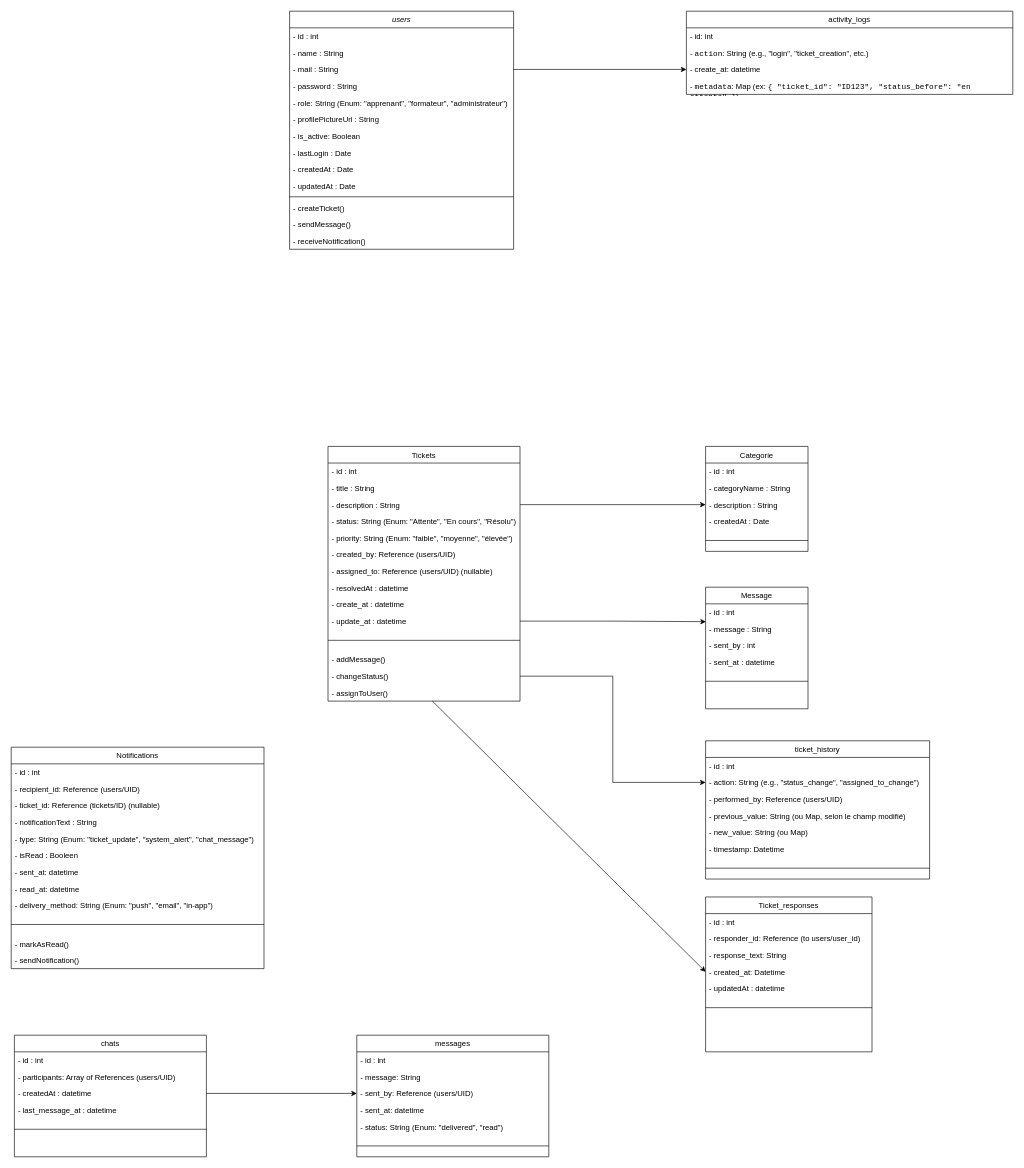
This is page "Classe" (5 of 5) of learnandconnect.drawio from reyptz/learnandconnectUML, a draw.io file, before an edit. Source tidied: cells renumbered, new cells numbered last; positions are measured from the earlier drawing's top-left corner, leaving out a move shared by most shapes. Both pictures are drawn from the tidied source at 64%, with x=0, y=0 at pixel (11, 11).
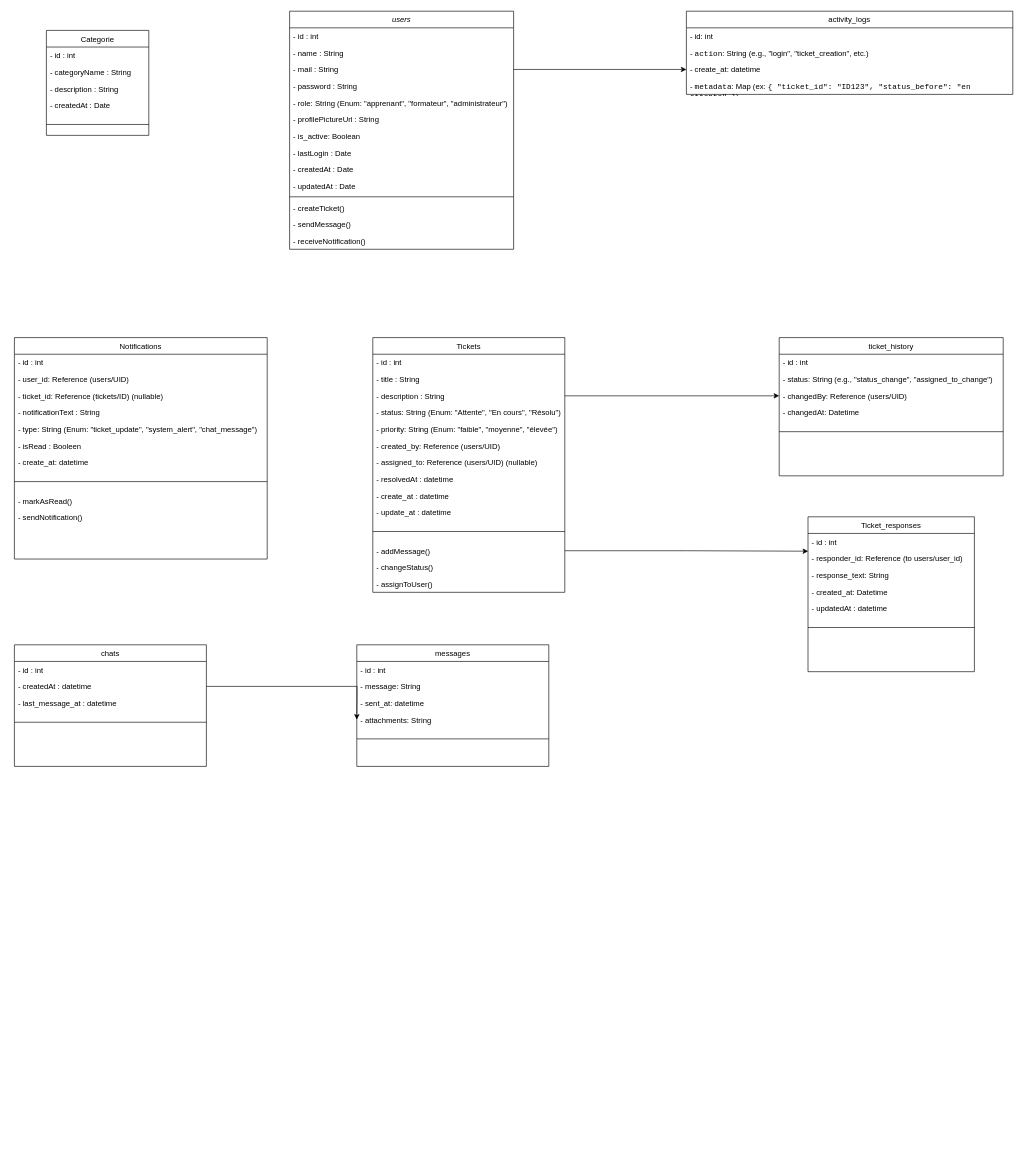
The same page after the edit.

The change refers to these unchanged cells:
```xml
<mxCell id="20" value="- description : String" style="text;align=left;verticalAlign=top;spacingLeft=4;spacingRight=4;overflow=hidden;points=[[0,0.5],[1,0.5]];portConstraint=eastwest;rounded=0;shadow=0;html=0;" parent="17" vertex="1">
  <mxGeometry y="78" width="300" height="26" as="geometry" />
</mxCell>
<mxCell id="27" value="- update_at : datetime" style="text;align=left;verticalAlign=top;spacingLeft=4;spacingRight=4;overflow=hidden;points=[[0,0.5],[1,0.5]];portConstraint=eastwest;rounded=0;shadow=0;html=0;" parent="17" vertex="1">
  <mxGeometry y="260" width="300" height="26" as="geometry" />
</mxCell>
<mxCell id="29" value="- addMessage()" style="text;align=left;verticalAlign=top;spacingLeft=4;spacingRight=4;overflow=hidden;points=[[0,0.5],[1,0.5]];portConstraint=eastwest;rounded=0;shadow=0;html=0;" parent="17" vertex="1">
  <mxGeometry y="320" width="300" height="26" as="geometry" />
</mxCell>
<mxCell id="30" value="- changeStatus()" style="text;align=left;verticalAlign=top;spacingLeft=4;spacingRight=4;overflow=hidden;points=[[0,0.5],[1,0.5]];portConstraint=eastwest;rounded=0;shadow=0;html=0;" parent="17" vertex="1">
  <mxGeometry y="346" width="300" height="26" as="geometry" />
</mxCell>
<mxCell id="31" value="- assignToUser()" style="text;align=left;verticalAlign=top;spacingLeft=4;spacingRight=4;overflow=hidden;points=[[0,0.5],[1,0.5]];portConstraint=eastwest;rounded=0;shadow=0;html=0;" parent="17" vertex="1">
  <mxGeometry y="372" width="300" height="26" as="geometry" />
</mxCell>
<mxCell id="35" value="- description : String" style="text;align=left;verticalAlign=top;spacingLeft=4;spacingRight=4;overflow=hidden;points=[[0,0.5],[1,0.5]];portConstraint=eastwest;rounded=0;shadow=0;html=0;" parent="32" vertex="1">
  <mxGeometry y="78" width="160" height="26" as="geometry" />
</mxCell>
<mxCell id="89" value="- responder_id: Reference (to users/user_id)" style="text;align=left;verticalAlign=top;spacingLeft=4;spacingRight=4;overflow=hidden;points=[[0,0.5],[1,0.5]];portConstraint=eastwest;rounded=0;shadow=0;html=0;" parent="87" vertex="1">
  <mxGeometry y="52" width="260" height="26" as="geometry" />
</mxCell>
```

The edit, as a diff of the source:
```diff
@@
     <mxCell id="17" value="Tickets" style="swimlane;fontStyle=0;align=center;verticalAlign=top;horizontal=1;startSize=26;rounded=0;shadow=0;strokeWidth=1;" parent="1" vertex="1">
-      <mxGeometry x="495" y="680" width="300" height="398" as="geometry" />
+      <mxGeometry x="565" y="510" width="300" height="398" as="geometry" />
     </mxCell>
@@
     <mxCell id="32" value="Categorie" style="swimlane;fontStyle=0;align=center;verticalAlign=top;horizontal=1;startSize=26;rounded=0;shadow=0;strokeWidth=1;" parent="1" vertex="1">
-      <mxGeometry x="1085" y="680" width="160" height="164" as="geometry" />
+      <mxGeometry x="55" y="30" width="160" height="164" as="geometry" />
     </mxCell>
@@
     <mxCell id="38" value="ticket_history" style="swimlane;fontStyle=0;align=center;verticalAlign=top;horizontal=1;startSize=26;rounded=0;shadow=0;strokeWidth=1;" parent="1" vertex="1">
-      <mxGeometry x="1085" y="1140" width="350" height="216" as="geometry" />
+      <mxGeometry x="1200" y="510" width="350" height="216" as="geometry" />
     </mxCell>
@@
-    <mxCell id="40" value="- action: String (e.g., &quot;status_change&quot;, &quot;assigned_to_change&quot;)" style="text;align=left;verticalAlign=top;spacingLeft=4;spacingRight=4;overflow=hidden;points=[[0,0.5],[1,0.5]];portConstraint=eastwest;rounded=0;shadow=0;html=0;" parent="38" vertex="1">
+    <mxCell id="40" value="- status: String (e.g., &quot;status_change&quot;, &quot;assigned_to_change&quot;)" style="text;align=left;verticalAlign=top;spacingLeft=4;spacingRight=4;overflow=hidden;points=[[0,0.5],[1,0.5]];portConstraint=eastwest;rounded=0;shadow=0;html=0;" parent="38" vertex="1">
       <mxGeometry y="52" width="350" height="26" as="geometry" />
     </mxCell>
-    <mxCell id="41" value="- performed_by: Reference (users/UID)" style="text;align=left;verticalAlign=top;spacingLeft=4;spacingRight=4;overflow=hidden;points=[[0,0.5],[1,0.5]];portConstraint=eastwest;rounded=0;shadow=0;html=0;" parent="38" vertex="1">
+    <mxCell id="41" value="- changedBy: Reference (users/UID)" style="text;align=left;verticalAlign=top;spacingLeft=4;spacingRight=4;overflow=hidden;points=[[0,0.5],[1,0.5]];portConstraint=eastwest;rounded=0;shadow=0;html=0;" parent="38" vertex="1">
       <mxGeometry y="78" width="350" height="26" as="geometry" />
     </mxCell>
-    <mxCell id="42" value="- previous_value: String (ou Map, selon le champ modifié)" style="text;align=left;verticalAlign=top;spacingLeft=4;spacingRight=4;overflow=hidden;rounded=0;shadow=0;html=0;" parent="38" vertex="1">
-      <mxGeometry y="104" width="350" height="26" as="geometry" />
-    </mxCell>
-    <mxCell id="43" value="- new_value: String (ou Map)" style="text;align=left;verticalAlign=top;spacingLeft=4;spacingRight=4;overflow=hidden;rounded=0;shadow=0;html=0;" parent="38" vertex="1">
-      <mxGeometry y="130" width="350" height="26" as="geometry" />
-    </mxCell>
-    <mxCell id="44" value="- timestamp: Datetime" style="text;align=left;verticalAlign=top;spacingLeft=4;spacingRight=4;overflow=hidden;rounded=0;shadow=0;html=0;" parent="38" vertex="1">
-      <mxGeometry y="156" width="350" height="26" as="geometry" />
+    <mxCell id="44" value="- changedAt: Datetime" style="text;align=left;verticalAlign=top;spacingLeft=4;spacingRight=4;overflow=hidden;rounded=0;shadow=0;html=0;" parent="38" vertex="1">
+      <mxGeometry y="104" width="350" height="26" as="geometry" />
     </mxCell>
     <mxCell id="45" style="line;html=1;strokeWidth=1;align=left;verticalAlign=middle;spacingTop=-1;spacingLeft=3;spacingRight=3;labelPosition=right;" parent="38" vertex="1">
-      <mxGeometry y="182" width="350" height="34" as="geometry" />
+      <mxGeometry y="130" width="350" height="34" as="geometry" />
     </mxCell>
     <mxCell id="46" value="Notifications" style="swimlane;fontStyle=0;align=center;verticalAlign=top;horizontal=1;startSize=26;rounded=0;shadow=0;strokeWidth=1;" parent="1" vertex="1">
-      <mxGeometry y="1150" width="395" height="346" as="geometry" />
+      <mxGeometry x="5" y="510" width="395" height="346" as="geometry" />
     </mxCell>
@@
-    <mxCell id="48" value="- recipient_id: Reference (users/UID)" style="text;align=left;verticalAlign=top;spacingLeft=4;spacingRight=4;overflow=hidden;rounded=0;shadow=0;html=0;" parent="46" vertex="1">
+    <mxCell id="48" value="- user_id: Reference (users/UID)" style="text;align=left;verticalAlign=top;spacingLeft=4;spacingRight=4;overflow=hidden;rounded=0;shadow=0;html=0;" parent="46" vertex="1">
       <mxGeometry y="52" width="395" height="26" as="geometry" />
     </mxCell>
@@
-    <mxCell id="53" value="- sent_at: datetime" style="text;align=left;verticalAlign=top;spacingLeft=4;spacingRight=4;overflow=hidden;rounded=0;shadow=0;html=0;" parent="46" vertex="1">
+    <mxCell id="53" value="- create_at: datetime" style="text;align=left;verticalAlign=top;spacingLeft=4;spacingRight=4;overflow=hidden;rounded=0;shadow=0;html=0;" parent="46" vertex="1">
       <mxGeometry y="182" width="395" height="26" as="geometry" />
     </mxCell>
-    <mxCell id="54" value="- read_at: datetime" style="text;align=left;verticalAlign=top;spacingLeft=4;spacingRight=4;overflow=hidden;rounded=0;shadow=0;html=0;" parent="46" vertex="1">
-      <mxGeometry y="208" width="395" height="26" as="geometry" />
-    </mxCell>
-    <mxCell id="55" value="- delivery_method: String (Enum: &quot;push&quot;, &quot;email&quot;, &quot;in-app&quot;)" style="text;align=left;verticalAlign=top;spacingLeft=4;spacingRight=4;overflow=hidden;rounded=0;shadow=0;html=0;" parent="46" vertex="1">
-      <mxGeometry y="234" width="395" height="26" as="geometry" />
-    </mxCell>
     <mxCell id="56" style="line;html=1;strokeWidth=1;align=left;verticalAlign=middle;spacingTop=-1;spacingLeft=3;spacingRight=3;labelPosition=right;" parent="46" vertex="1">
-      <mxGeometry y="260" width="395" height="34" as="geometry" />
+      <mxGeometry y="208" width="395" height="34" as="geometry" />
     </mxCell>
     <mxCell id="57" value="- markAsRead()" style="text;align=left;verticalAlign=top;spacingLeft=4;spacingRight=4;overflow=hidden;rounded=0;shadow=0;html=0;" parent="46" vertex="1">
-      <mxGeometry y="294" width="395" height="26" as="geometry" />
+      <mxGeometry y="242" width="395" height="26" as="geometry" />
     </mxCell>
     <mxCell id="58" value="- sendNotification()" style="text;align=left;verticalAlign=top;spacingLeft=4;spacingRight=4;overflow=hidden;rounded=0;shadow=0;html=0;" parent="46" vertex="1">
-      <mxGeometry y="320" width="395" height="26" as="geometry" />
+      <mxGeometry y="268" width="395" height="26" as="geometry" />
     </mxCell>
-    <mxCell id="59" value="Message" style="swimlane;fontStyle=0;align=center;verticalAlign=top;horizontal=1;startSize=26;rounded=0;shadow=0;strokeWidth=1;" parent="1" vertex="1">
-      <mxGeometry x="1085" y="900" width="160" height="190" as="geometry" />
-    </mxCell>
-    <mxCell id="60" value="- id : int" style="text;align=left;verticalAlign=top;spacingLeft=4;spacingRight=4;overflow=hidden;" parent="59" vertex="1">
-      <mxGeometry y="26" width="160" height="26" as="geometry" />
-    </mxCell>
-    <mxCell id="61" value="- message : String" style="text;align=left;verticalAlign=top;spacingLeft=4;spacingRight=4;overflow=hidden;points=[[0,0.5],[1,0.5]];portConstraint=eastwest;rounded=0;shadow=0;html=0;" parent="59" vertex="1">
-      <mxGeometry y="52" width="160" height="26" as="geometry" />
-    </mxCell>
-    <mxCell id="62" value="- sent_by : int" style="text;align=left;verticalAlign=top;spacingLeft=4;spacingRight=4;overflow=hidden;rounded=0;shadow=0;html=0;" parent="59" vertex="1">
-      <mxGeometry y="78" width="160" height="26" as="geometry" />
-    </mxCell>
-    <mxCell id="63" value="- sent_at : datetime" style="text;align=left;verticalAlign=top;spacingLeft=4;spacingRight=4;overflow=hidden;rounded=0;shadow=0;html=0;" parent="59" vertex="1">
-      <mxGeometry y="104" width="160" height="26" as="geometry" />
-    </mxCell>
-    <mxCell id="64" style="line;html=1;strokeWidth=1;align=left;verticalAlign=middle;spacingTop=-1;spacingLeft=3;spacingRight=3;labelPosition=right;" parent="59" vertex="1">
-      <mxGeometry y="130" width="160" height="34" as="geometry" />
-    </mxCell>
@@
-    <mxCell id="71" style="edgeStyle=orthogonalEdgeStyle;rounded=0;jettySize=auto;html=1;entryX=0;entryY=0.5;entryDx=0;entryDy=0;" parent="1" edge="1" source="20" target="35">
-      <mxGeometry relative="1" as="geometry" />
-    </mxCell>
-    <mxCell id="72" style="edgeStyle=orthogonalEdgeStyle;rounded=0;jettySize=auto;html=1;entryX=0.003;entryY=0.072;entryDx=0;entryDy=0;entryPerimeter=0;" parent="1" edge="1" source="27" target="61">
-      <mxGeometry relative="1" as="geometry" />
-    </mxCell>
-    <mxCell id="73" style="edgeStyle=orthogonalEdgeStyle;rounded=0;jettySize=auto;html=1;entryX=0;entryY=0.5;entryDx=0;entryDy=0;" parent="1" edge="1" source="30" target="40">
-      <mxGeometry relative="1" as="geometry" />
-    </mxCell>
     <mxCell id="74" value="chats" style="swimlane;fontStyle=0;align=center;verticalAlign=top;horizontal=1;startSize=26;rounded=0;shadow=0;strokeWidth=1;" parent="1" vertex="1">
-      <mxGeometry x="5" y="1600" width="300" height="190" as="geometry" />
+      <mxGeometry x="5" y="990" width="300" height="190" as="geometry" />
     </mxCell>
@@
-    <mxCell id="76" value="- participants: Array of References (users/UID)" style="text;align=left;verticalAlign=top;spacingLeft=4;spacingRight=4;overflow=hidden;rounded=0;shadow=0;html=0;" parent="74" vertex="1">
-      <mxGeometry y="52" width="300" height="26" as="geometry" />
-    </mxCell>
     <mxCell id="77" value="- createdAt : datetime" style="text;align=left;verticalAlign=top;spacingLeft=4;spacingRight=4;overflow=hidden;points=[[0,0.5],[1,0.5]];portConstraint=eastwest;rounded=0;shadow=0;html=0;" parent="74" vertex="1">
-      <mxGeometry y="78" width="300" height="26" as="geometry" />
+      <mxGeometry y="52" width="300" height="26" as="geometry" />
     </mxCell>
     <mxCell id="78" value="- last_message_at : datetime" style="text;align=left;verticalAlign=top;spacingLeft=4;spacingRight=4;overflow=hidden;rounded=0;shadow=0;html=0;" parent="74" vertex="1">
-      <mxGeometry y="104" width="300" height="26" as="geometry" />
+      <mxGeometry y="78" width="300" height="26" as="geometry" />
     </mxCell>
     <mxCell id="79" style="line;html=1;strokeWidth=1;align=left;verticalAlign=middle;spacingTop=-1;spacingLeft=3;spacingRight=3;labelPosition=right;" parent="74" vertex="1">
-      <mxGeometry y="130" width="300" height="34" as="geometry" />
+      <mxGeometry y="104" width="300" height="34" as="geometry" />
     </mxCell>
     <mxCell id="80" value="messages" style="swimlane;fontStyle=0;align=center;verticalAlign=top;horizontal=1;startSize=26;rounded=0;shadow=0;strokeWidth=1;" parent="1" vertex="1">
-      <mxGeometry x="540" y="1600" width="300" height="190" as="geometry" />
+      <mxGeometry x="540" y="990" width="300" height="190" as="geometry" />
     </mxCell>
@@
-    <mxCell id="83" value="- sent_by: Reference (users/UID)" style="text;align=left;verticalAlign=top;spacingLeft=4;spacingRight=4;overflow=hidden;points=[[0,0.5],[1,0.5]];portConstraint=eastwest;rounded=0;shadow=0;html=0;" parent="80" vertex="1">
-      <mxGeometry y="78" width="300" height="26" as="geometry" />
-    </mxCell>
     <mxCell id="84" value="- sent_at: datetime" style="text;align=left;verticalAlign=top;spacingLeft=4;spacingRight=4;overflow=hidden;rounded=0;shadow=0;html=0;" parent="80" vertex="1">
-      <mxGeometry y="104" width="300" height="26" as="geometry" />
+      <mxGeometry y="78" width="300" height="26" as="geometry" />
     </mxCell>
-    <mxCell id="85" value="- status: String (Enum: &quot;delivered&quot;, &quot;read&quot;)" style="text;align=left;verticalAlign=top;spacingLeft=4;spacingRight=4;overflow=hidden;rounded=0;shadow=0;html=0;" parent="80" vertex="1">
-      <mxGeometry y="130" width="300" height="26" as="geometry" />
+    <mxCell id="85" value="- attachments: String" style="text;align=left;verticalAlign=top;spacingLeft=4;spacingRight=4;overflow=hidden;rounded=0;shadow=0;html=0;" parent="80" vertex="1">
+      <mxGeometry y="104" width="300" height="26" as="geometry" />
     </mxCell>
     <mxCell id="86" style="line;html=1;strokeWidth=1;align=left;verticalAlign=middle;spacingTop=-1;spacingLeft=3;spacingRight=3;labelPosition=right;" parent="80" vertex="1">
-      <mxGeometry y="156" width="300" height="34" as="geometry" />
+      <mxGeometry y="130" width="300" height="34" as="geometry" />
     </mxCell>
     <mxCell id="87" value="Ticket_responses" style="swimlane;fontStyle=0;align=center;verticalAlign=top;horizontal=1;startSize=26;rounded=0;shadow=0;strokeWidth=1;" parent="1" vertex="1">
-      <mxGeometry x="1085" y="1384" width="260" height="242" as="geometry" />
+      <mxGeometry x="1245" y="790" width="260" height="242" as="geometry" />
     </mxCell>
@@
-    <mxCell id="94" style="rounded=0;jettySize=auto;html=1;entryX=0;entryY=0.5;entryDx=0;entryDy=0;" parent="1" edge="1" source="31">
-      <mxGeometry relative="1" as="geometry">
-        <mxPoint x="1085" y="1501" as="targetPoint" />
-      </mxGeometry>
-    </mxCell>
-    <mxCell id="95" style="edgeStyle=orthogonalEdgeStyle;rounded=0;jettySize=auto;html=1;entryX=0;entryY=0.5;entryDx=0;entryDy=0;" parent="1" edge="1" source="77" target="83">
-      <mxGeometry relative="1" as="geometry" />
+    <mxCell id="95" style="edgeStyle=orthogonalEdgeStyle;rounded=0;jettySize=auto;html=1;entryX=0;entryY=0.5;entryDx=0;entryDy=0;" parent="1" edge="1" source="77">
+      <mxGeometry relative="1" as="geometry">
+        <mxPoint x="540" y="1107" as="targetPoint" />
+      </mxGeometry>
     </mxCell>
+    <mxCell id="96" style="edgeStyle=orthogonalEdgeStyle;rounded=0;jettySize=auto;html=1;entryX=0;entryY=0.5;entryDx=0;entryDy=0;" parent="1" edge="1" source="20" target="41">
+      <mxGeometry relative="1" as="geometry" />
+    </mxCell>
+    <mxCell id="97" style="edgeStyle=orthogonalEdgeStyle;rounded=0;jettySize=auto;html=1;entryX=0.001;entryY=0.068;entryDx=0;entryDy=0;entryPerimeter=0;" parent="1" edge="1" source="29" target="89">
+      <mxGeometry relative="1" as="geometry" />
+    </mxCell>
```
